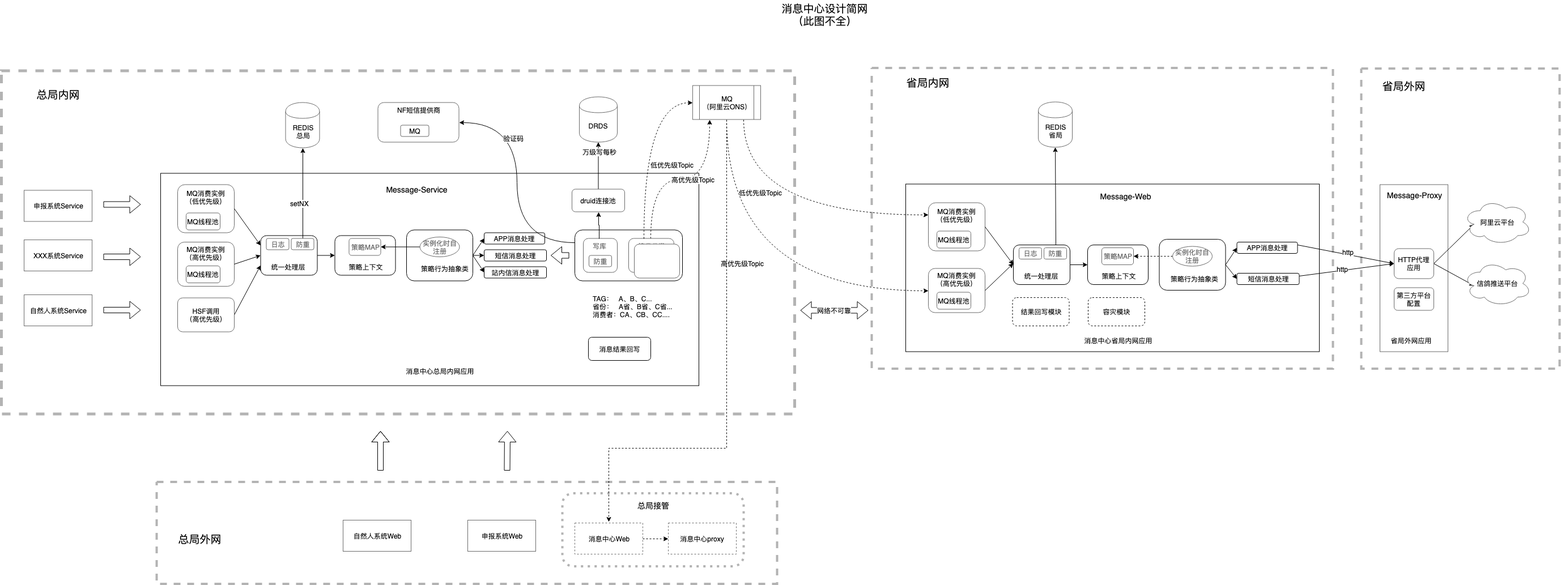
Before: 消息中心架构图.png, a diagram exported from draw.io (2695691406/wr-some-picture). Source tidied: cells renumbered, new cells last; positions are measured from the earlier drawing's top-left corner, leaving out a move shared by most shapes.
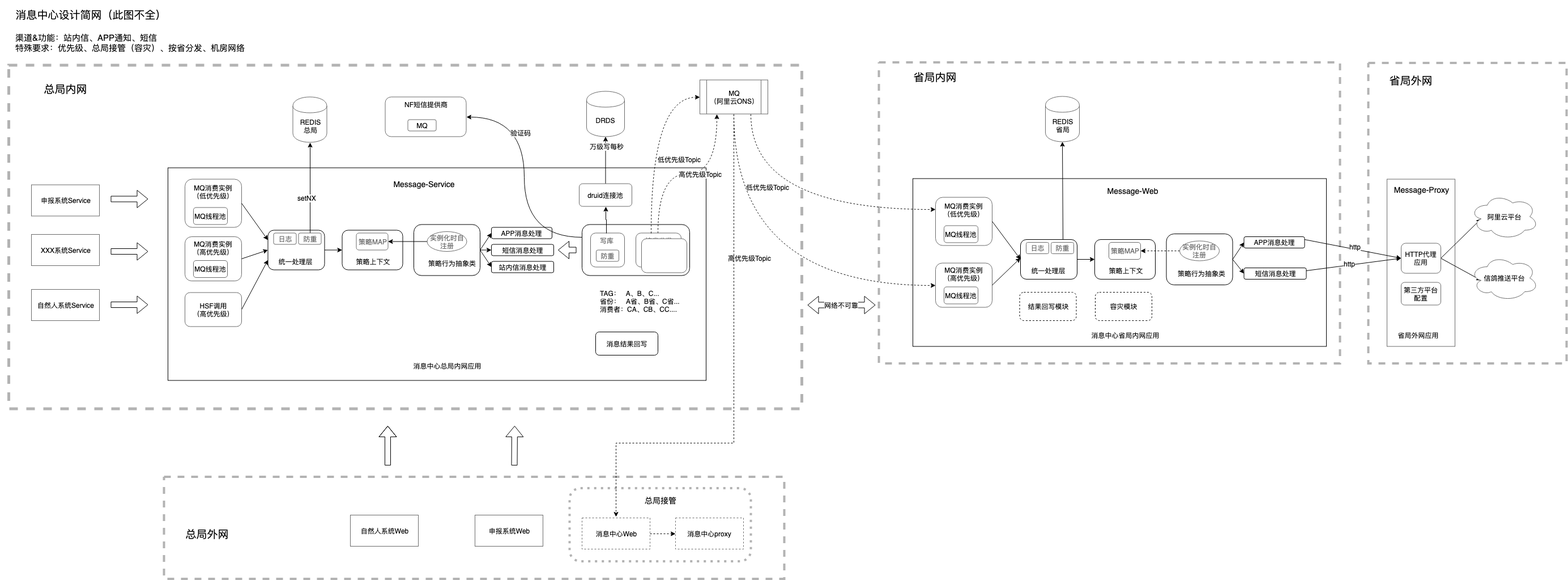
The same diagram one commit later.

Commit message:
Added 消息中心架构图.png

The edit, as a diff of the source:
```diff
@@ -459,8 +459,11 @@
     <mxCell id="139" value="消息结果回写" style="rounded=1;whiteSpace=wrap;html=1;strokeColor=#000000;strokeWidth=1;fillColor=none;fontSize=11;fontColor=#000000;align=center;" parent="1" vertex="1">
       <mxGeometry x="1036" y="595" width="110" height="41" as="geometry" />
     </mxCell>
-    <mxCell id="140" value="消息中心设计简网&lt;br&gt;（此图不全）" style="text;html=1;strokeColor=none;fillColor=none;align=center;verticalAlign=middle;whiteSpace=wrap;rounded=0;dashed=1;fontColor=#000000;fontSize=19;" parent="1" vertex="1">
-      <mxGeometry x="1340" width="225" height="50" as="geometry" />
+    <mxCell id="140" value="消息中心设计简网（此图不全）" style="text;html=1;strokeColor=none;fillColor=none;align=center;verticalAlign=middle;whiteSpace=wrap;rounded=0;dashed=1;fontColor=#000000;fontSize=19;" parent="1" vertex="1">
+      <mxGeometry x="-15" y="10" width="320" height="50" as="geometry" />
     </mxCell>
+    <mxCell id="141" value="渠道&amp;amp;功能：站内信、APP通知、短信&lt;br&gt;特殊要求：优先级、总局接管（容灾）、按省分发、机房网络" style="text;html=1;strokeColor=none;fillColor=none;align=left;verticalAlign=middle;whiteSpace=wrap;rounded=0;dashed=1;fontColor=#000000;fontSize=15;" parent="1" vertex="1">
+      <mxGeometry x="10" y="45" width="410" height="80" as="geometry" />
+    </mxCell>
   </root>
 </mxGraphModel>
```
